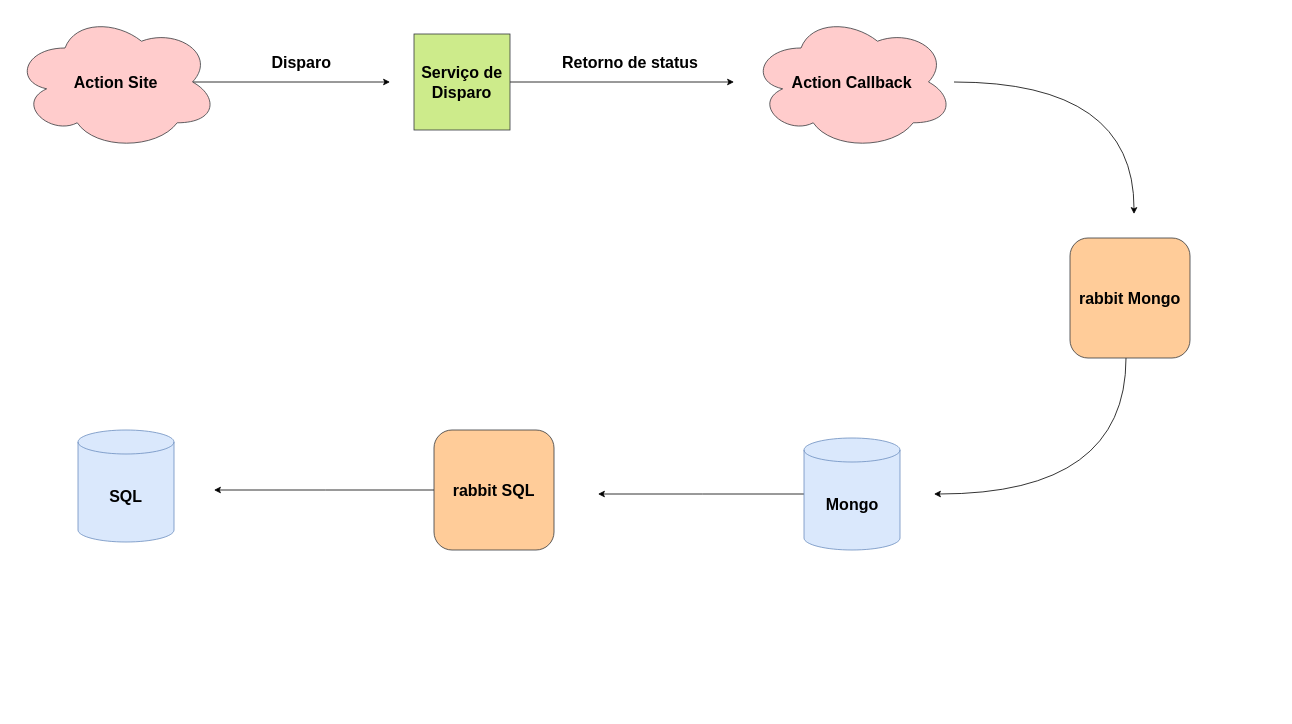
Earlier version of the draw.io diagram Diagrama sem nome.drawio (MsoaresHiper/hiperDCR). Source tidied: cells renumbered, new cells numbered last; positions are measured from the earlier drawing's top-left corner, leaving out a move shared by most shapes. Both pictures are drawn from the tidied source at 80%, with x=0, y=0 at pixel (14, 14).
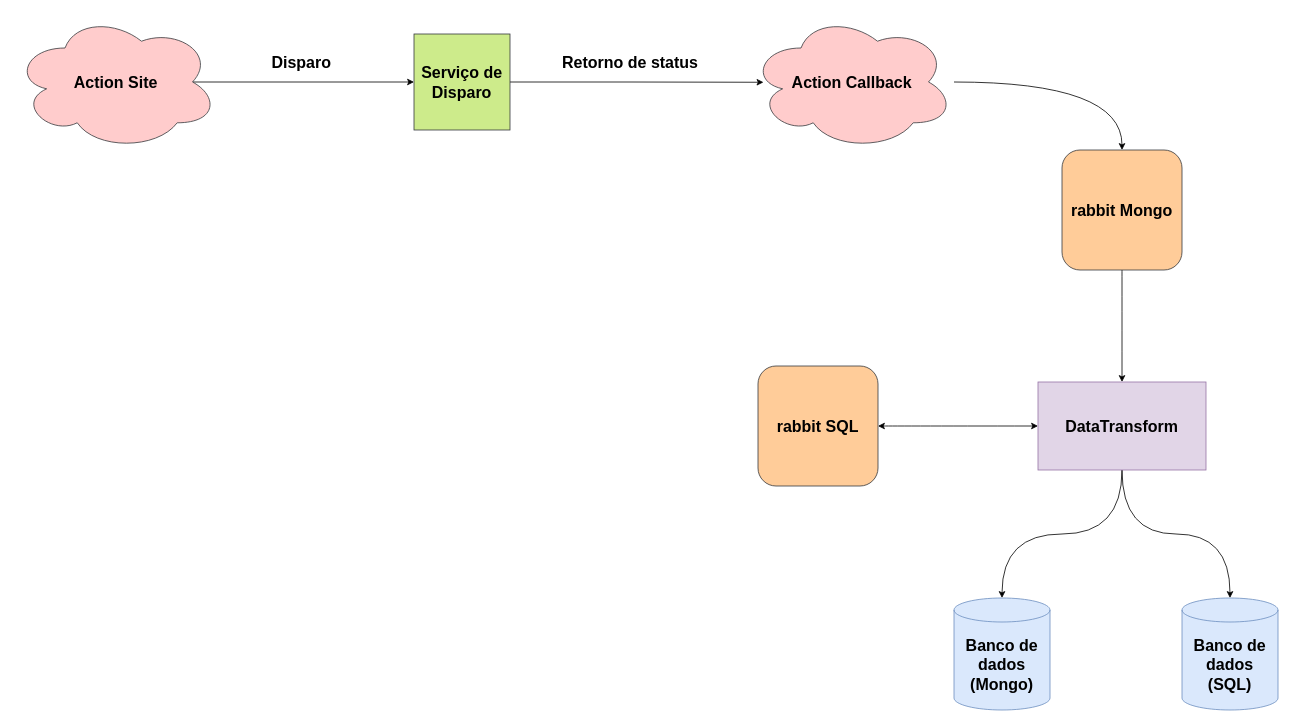
The same page after the edit.

Commit message:
Fluxograma callback

Unchanged cells that the change refers to:
```xml
<mxCell id="9" value="&lt;b&gt;Serviço de Disparo&lt;/b&gt;" style="whiteSpace=wrap;html=1;fontSize=20;fillColor=#cdeb8b;strokeColor=#36393d;" parent="1" vertex="1">
  <mxGeometry x="500" y="25" width="120" height="120" as="geometry" />
</mxCell>
<mxCell id="11" value="&lt;b&gt;Action Site&lt;/b&gt;" style="ellipse;shape=cloud;whiteSpace=wrap;html=1;fontSize=20;fillColor=#ffcccc;strokeColor=#36393d;" parent="1" vertex="1">
  <mxGeometry width="255" height="170" as="geometry" />
</mxCell>
<mxCell id="14" value="&lt;b&gt;Action Callback&lt;/b&gt;" style="ellipse;shape=cloud;whiteSpace=wrap;html=1;fontSize=20;fillColor=#ffcccc;strokeColor=#36393d;" parent="1" vertex="1">
  <mxGeometry x="920" width="255" height="170" as="geometry" />
</mxCell>
```

Diff of the diagram source:
```diff
@@
-    <mxCell id="2" style="edgeStyle=orthogonalEdgeStyle;jettySize=auto;html=1;curved=1;" parent="1" edge="1" source="3">
-      <mxGeometry relative="1" as="geometry">
-        <mxPoint x="1150" y="600" as="targetPoint" />
-        <Array as="points">
-          <mxPoint x="1390" y="600" />
-        </Array>
-      </mxGeometry>
-    </mxCell>
+    <mxCell id="17" style="edgeStyle=orthogonalEdgeStyle;curved=1;jettySize=auto;html=1;entryX=0.5;entryY=0;entryDx=0;entryDy=0;fontSize=20;" parent="1" edge="1" source="3" target="21">
+      <mxGeometry relative="1" as="geometry" />
+    </mxCell>
     <mxCell id="3" value="&lt;b&gt;rabbit Mongo&lt;/b&gt;" style="whiteSpace=wrap;html=1;fontSize=20;fillColor=#ffcc99;strokeColor=#36393d;rounded=1;" parent="1" vertex="1">
-      <mxGeometry x="1320" y="280" width="150" height="150" as="geometry" />
+      <mxGeometry x="1310" y="170" width="150" height="150" as="geometry" />
     </mxCell>
-    <mxCell id="4" style="edgeStyle=orthogonalEdgeStyle;curved=1;jettySize=auto;html=1;" parent="1" edge="1" source="5">
-      <mxGeometry relative="1" as="geometry">
-        <mxPoint x="730" y="600" as="targetPoint" />
-      </mxGeometry>
-    </mxCell>
-    <mxCell id="5" value="&lt;b&gt;Mongo&lt;/b&gt;" style="shape=cylinder3;whiteSpace=wrap;html=1;boundedLbl=1;backgroundOutline=1;size=15;fontSize=20;fillColor=#dae8fc;strokeColor=#6c8ebf;" parent="1" vertex="1">
-      <mxGeometry x="987.5" y="530" width="120" height="140" as="geometry" />
-    </mxCell>
-    <mxCell id="6" value="&lt;b&gt;SQL&lt;/b&gt;" style="shape=cylinder3;whiteSpace=wrap;html=1;boundedLbl=1;backgroundOutline=1;size=15;fontSize=20;fillColor=#dae8fc;strokeColor=#6c8ebf;" parent="1" vertex="1">
-      <mxGeometry x="80" y="520" width="120" height="140" as="geometry" />
+    <mxCell id="6" value="&lt;b&gt;Banco de dados (SQL)&lt;/b&gt;" style="shape=cylinder3;whiteSpace=wrap;html=1;boundedLbl=1;backgroundOutline=1;size=15;fontSize=20;fillColor=#dae8fc;strokeColor=#6c8ebf;" parent="1" vertex="1">
+      <mxGeometry x="1460" y="730" width="120" height="140" as="geometry" />
     </mxCell>
@@
-    <mxCell id="8" style="edgeStyle=orthogonalEdgeStyle;rounded=0;jettySize=auto;html=1;fontSize=20;" parent="1" edge="1" source="9">
-      <mxGeometry relative="1" as="geometry">
-        <mxPoint x="900" y="85" as="targetPoint" />
-      </mxGeometry>
+    <mxCell id="8" style="edgeStyle=orthogonalEdgeStyle;rounded=0;jettySize=auto;html=1;fontSize=20;entryX=0.066;entryY=0.502;entryDx=0;entryDy=0;entryPerimeter=0;" parent="1" edge="1" source="9" target="14">
+      <mxGeometry relative="1" as="geometry" />
     </mxCell>
@@
-    <mxCell id="10" style="edgeStyle=orthogonalEdgeStyle;rounded=0;jettySize=auto;html=1;fontSize=20;exitX=0.875;exitY=0.5;exitDx=0;exitDy=0;exitPerimeter=0;" parent="1" edge="1" source="11">
-      <mxGeometry relative="1" as="geometry">
-        <mxPoint x="470" y="85" as="targetPoint" />
-      </mxGeometry>
+    <mxCell id="10" style="edgeStyle=orthogonalEdgeStyle;rounded=0;jettySize=auto;html=1;fontSize=20;exitX=0.875;exitY=0.5;exitDx=0;exitDy=0;exitPerimeter=0;entryX=0;entryY=0.5;entryDx=0;entryDy=0;" parent="1" edge="1" source="11" target="9">
+      <mxGeometry relative="1" as="geometry" />
     </mxCell>
@@
-    <mxCell id="13" style="edgeStyle=orthogonalEdgeStyle;jettySize=auto;html=1;fontSize=20;fontColor=#000;curved=1;" parent="1" edge="1" source="14">
-      <mxGeometry relative="1" as="geometry">
-        <mxPoint x="1400" y="250" as="targetPoint" />
-      </mxGeometry>
-    </mxCell>
+    <mxCell id="18" style="edgeStyle=orthogonalEdgeStyle;curved=1;jettySize=auto;html=1;entryX=0.5;entryY=0;entryDx=0;entryDy=0;fontSize=20;" parent="1" edge="1" source="14" target="3">
+      <mxGeometry relative="1" as="geometry" />
+    </mxCell>
@@
-    <mxCell id="15" style="edgeStyle=orthogonalEdgeStyle;curved=1;jettySize=auto;html=1;" parent="1" edge="1" source="16">
-      <mxGeometry relative="1" as="geometry">
-        <mxPoint x="250" y="595" as="targetPoint" />
-      </mxGeometry>
-    </mxCell>
     <mxCell id="16" value="&lt;b&gt;rabbit SQL&lt;/b&gt;" style="whiteSpace=wrap;html=1;fontSize=20;fillColor=#ffcc99;strokeColor=#36393d;rounded=1;" parent="1" vertex="1">
-      <mxGeometry x="525" y="520" width="150" height="150" as="geometry" />
+      <mxGeometry x="930" y="440" width="150" height="150" as="geometry" />
     </mxCell>
+    <mxCell id="19" style="edgeStyle=orthogonalEdgeStyle;curved=1;jettySize=auto;html=1;entryX=0.5;entryY=0;entryDx=0;entryDy=0;entryPerimeter=0;fontSize=20;" parent="1" edge="1" source="21" target="22">
+      <mxGeometry relative="1" as="geometry" />
+    </mxCell>
+    <mxCell id="20" style="edgeStyle=orthogonalEdgeStyle;curved=1;jettySize=auto;html=1;entryX=0.5;entryY=0;entryDx=0;entryDy=0;entryPerimeter=0;fontSize=20;" parent="1" edge="1" source="21" target="6">
+      <mxGeometry relative="1" as="geometry" />
+    </mxCell>
+    <mxCell id="21" value="&lt;font style=&quot;font-size: 20px;&quot;&gt;&lt;b&gt;DataTransform&lt;/b&gt;&lt;/font&gt;" style="rounded=0;whiteSpace=wrap;html=1;fillColor=#e1d5e7;strokeColor=#9673a6;" parent="1" vertex="1">
+      <mxGeometry x="1280" y="460" width="210" height="110" as="geometry" />
+    </mxCell>
+    <mxCell id="22" value="&lt;b&gt;Banco de dados (Mongo)&lt;/b&gt;" style="shape=cylinder3;whiteSpace=wrap;html=1;boundedLbl=1;backgroundOutline=1;size=15;fontSize=20;fillColor=#dae8fc;strokeColor=#6c8ebf;" parent="1" vertex="1">
+      <mxGeometry x="1175" y="730" width="120" height="140" as="geometry" />
+    </mxCell>
+    <mxCell id="23" style="endArrow=classic;startArrow=classic;html=1;fontSize=20;curved=1;entryX=0;entryY=0.5;entryDx=0;entryDy=0;exitX=1;exitY=0.5;exitDx=0;exitDy=0;" parent="1" edge="1" source="16" target="21">
+      <mxGeometry relative="1" as="geometry" />
+    </mxCell>
```
